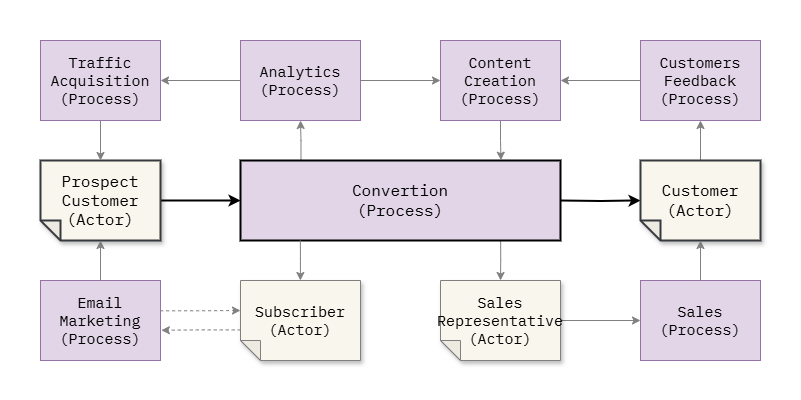
software-architecture-guild/modeling-software-architecture keeps this draw.io diagram as chapter-06/figure-6.9.drawio.png. Above is the earlier version. Source tidied: cells renumbered, new cells last; positions are measured from the earlier drawing's top-left corner, leaving out a move shared by most shapes.
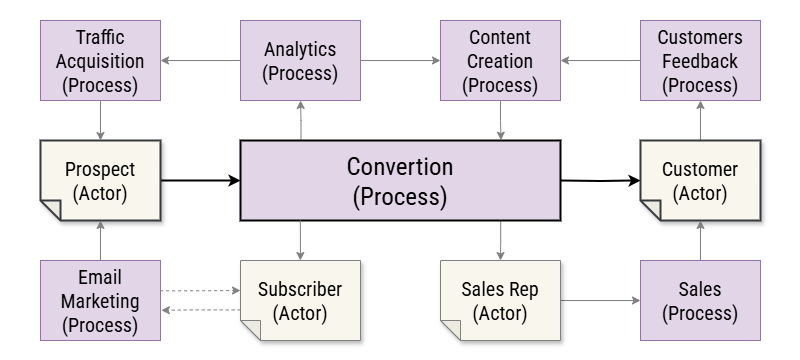
The same file after the commit.

Change to the diagram source:
```diff
@@ -2,44 +2,44 @@
   <root>
     <mxCell id="0" />
     <mxCell id="1" parent="0" />
-    <mxCell id="2" style="rounded=0;whiteSpace=wrap;html=1;strokeColor=none;" parent="1" vertex="1">
-      <mxGeometry width="800" height="400" as="geometry" />
+    <mxCell id="2" style="rounded=0;whiteSpace=wrap;html=1;strokeColor=none;fontFamily=Roboto Condensed;fontSource=https%3A%2F%2Ffonts.googleapis.com%2Fcss%3Ffamily%3DRoboto%2BCondensed;fontSize=20;" parent="1" vertex="1">
+      <mxGeometry y="20" width="800" height="360" as="geometry" />
     </mxCell>
-    <mxCell id="3" style="edgeStyle=orthogonalEdgeStyle;rounded=0;jettySize=auto;html=1;exitX=0;exitY=0.5;exitDx=0;exitDy=0;exitPerimeter=0;strokeWidth=2;" parent="1" edge="1" source="4">
+    <mxCell id="3" style="edgeStyle=orthogonalEdgeStyle;rounded=0;jettySize=auto;html=1;exitX=0;exitY=0.5;exitDx=0;exitDy=0;exitPerimeter=0;strokeWidth=2;fontFamily=Roboto Condensed;fontSource=https%3A%2F%2Ffonts.googleapis.com%2Fcss%3Ffamily%3DRoboto%2BCondensed;fontSize=20;" parent="1" edge="1" source="4">
       <mxGeometry relative="1" as="geometry">
         <mxPoint x="240" y="200" as="targetPoint" />
       </mxGeometry>
     </mxCell>
-    <mxCell id="4" value="Prospect&lt;br&gt;Customer&lt;br&gt;(Actor)" style="shape=note;whiteSpace=wrap;html=1;backgroundOutline=1;darkOpacity=0.05;fillColor=#f9f7ed;strokeColor=#36393d;fillStyle=solid;direction=west;gradientDirection=north;shadow=1;size=20;fontFamily=IBM Plex Mono;fontSource=https%3A%2F%2Ffonts.googleapis.com%2Fcss%3Ffamily%3DIBM%2BPlex%2BMono;strokeWidth=2;fontSize=16;" parent="1" vertex="1">
+    <mxCell id="4" value="Prospect&lt;br&gt;(Actor)" style="shape=note;whiteSpace=wrap;html=1;backgroundOutline=1;darkOpacity=0.05;fillColor=#f9f7ed;strokeColor=#36393d;fillStyle=solid;direction=west;gradientDirection=north;shadow=1;size=20;fontFamily=Roboto Condensed;fontSource=https%3A%2F%2Ffonts.googleapis.com%2Fcss%3Ffamily%3DRoboto%2BCondensed;strokeWidth=2;fontSize=20;" parent="1" vertex="1">
       <mxGeometry x="40" y="160" width="120" height="80" as="geometry" />
     </mxCell>
-    <mxCell id="5" style="edgeStyle=orthogonalEdgeStyle;rounded=0;jettySize=auto;html=1;exitX=0;exitY=0.5;exitDx=0;exitDy=0;exitPerimeter=0;strokeWidth=2;" parent="1" edge="1" target="7">
+    <mxCell id="5" style="edgeStyle=orthogonalEdgeStyle;rounded=0;jettySize=auto;html=1;exitX=0;exitY=0.5;exitDx=0;exitDy=0;exitPerimeter=0;strokeWidth=2;fontFamily=Roboto Condensed;fontSource=https%3A%2F%2Ffonts.googleapis.com%2Fcss%3Ffamily%3DRoboto%2BCondensed;fontSize=20;" parent="1" edge="1" target="7">
       <mxGeometry relative="1" as="geometry">
         <mxPoint x="560" y="200" as="sourcePoint" />
       </mxGeometry>
     </mxCell>
-    <mxCell id="6" style="edgeStyle=orthogonalEdgeStyle;rounded=0;jettySize=auto;html=1;exitX=0.5;exitY=1;exitDx=0;exitDy=0;exitPerimeter=0;strokeWidth=1;strokeColor=#808080;entryX=0.5;entryY=1;entryDx=0;entryDy=0;" parent="1" edge="1" source="7" target="19">
+    <mxCell id="6" style="edgeStyle=orthogonalEdgeStyle;rounded=0;jettySize=auto;html=1;exitX=0.5;exitY=1;exitDx=0;exitDy=0;exitPerimeter=0;strokeWidth=1;strokeColor=#808080;entryX=0.5;entryY=1;entryDx=0;entryDy=0;fontFamily=Roboto Condensed;fontSource=https%3A%2F%2Ffonts.googleapis.com%2Fcss%3Ffamily%3DRoboto%2BCondensed;fontSize=20;" parent="1" edge="1" source="7" target="19">
       <mxGeometry relative="1" as="geometry" />
     </mxCell>
-    <mxCell id="7" value="Customer&lt;br&gt;(Actor)" style="shape=note;whiteSpace=wrap;html=1;backgroundOutline=1;darkOpacity=0.05;fillColor=#f9f7ed;strokeColor=#36393d;fillStyle=solid;direction=west;gradientDirection=north;shadow=1;size=20;fontFamily=IBM Plex Mono;fontSource=https%3A%2F%2Ffonts.googleapis.com%2Fcss%3Ffamily%3DIBM%2BPlex%2BMono;strokeWidth=2;fontSize=16;" parent="1" vertex="1">
+    <mxCell id="7" value="Customer&lt;br&gt;(Actor)" style="shape=note;whiteSpace=wrap;html=1;backgroundOutline=1;darkOpacity=0.05;fillColor=#f9f7ed;strokeColor=#36393d;fillStyle=solid;direction=west;gradientDirection=north;shadow=1;size=20;fontFamily=Roboto Condensed;fontSource=https%3A%2F%2Ffonts.googleapis.com%2Fcss%3Ffamily%3DRoboto%2BCondensed;strokeWidth=2;fontSize=20;" parent="1" vertex="1">
       <mxGeometry x="640" y="160" width="120" height="80" as="geometry" />
     </mxCell>
-    <mxCell id="8" style="edgeStyle=orthogonalEdgeStyle;rounded=0;jettySize=auto;html=1;exitX=0;exitY=0.5;exitDx=0;exitDy=0;exitPerimeter=0;entryX=0;entryY=0.5;entryDx=0;entryDy=0;strokeColor=#808080;" parent="1" edge="1" source="9" target="20">
+    <mxCell id="8" style="edgeStyle=orthogonalEdgeStyle;rounded=0;jettySize=auto;html=1;exitX=0;exitY=0.5;exitDx=0;exitDy=0;exitPerimeter=0;entryX=0;entryY=0.5;entryDx=0;entryDy=0;strokeColor=#808080;fontFamily=Roboto Condensed;fontSource=https%3A%2F%2Ffonts.googleapis.com%2Fcss%3Ffamily%3DRoboto%2BCondensed;fontSize=20;" parent="1" edge="1" source="9" target="20">
       <mxGeometry relative="1" as="geometry" />
     </mxCell>
-    <mxCell id="9" value="Sales Representative&lt;br&gt;(Actor)" style="shape=note;whiteSpace=wrap;html=1;backgroundOutline=1;darkOpacity=0.05;fillColor=#f9f7ed;strokeColor=#808080;fillStyle=solid;direction=west;gradientDirection=north;shadow=1;size=20;fontFamily=IBM Plex Mono;fontSource=https%3A%2F%2Ffonts.googleapis.com%2Fcss%3Ffamily%3DIBM%2BPlex%2BMono;fontSize=15;" parent="1" vertex="1">
+    <mxCell id="9" value="Sales Rep&lt;br&gt;(Actor)" style="shape=note;whiteSpace=wrap;html=1;backgroundOutline=1;darkOpacity=0.05;fillColor=#f9f7ed;strokeColor=#808080;fillStyle=solid;direction=west;gradientDirection=north;shadow=1;size=20;fontFamily=Roboto Condensed;fontSource=https%3A%2F%2Ffonts.googleapis.com%2Fcss%3Ffamily%3DRoboto%2BCondensed;fontSize=20;" parent="1" vertex="1">
       <mxGeometry x="440" y="280" width="120" height="80" as="geometry" />
     </mxCell>
-    <mxCell id="10" value="Subscriber&lt;br&gt;(Actor)" style="shape=note;whiteSpace=wrap;html=1;backgroundOutline=1;darkOpacity=0.05;fillColor=#f9f7ed;strokeColor=#808080;fillStyle=solid;direction=west;gradientDirection=north;shadow=1;size=20;fontFamily=IBM Plex Mono;fontSource=https%3A%2F%2Ffonts.googleapis.com%2Fcss%3Ffamily%3DIBM%2BPlex%2BMono;fontSize=15;" parent="1" vertex="1">
+    <mxCell id="10" value="Subscriber&lt;br&gt;(Actor)" style="shape=note;whiteSpace=wrap;html=1;backgroundOutline=1;darkOpacity=0.05;fillColor=#f9f7ed;strokeColor=#808080;fillStyle=solid;direction=west;gradientDirection=north;shadow=1;size=20;fontFamily=Roboto Condensed;fontSource=https%3A%2F%2Ffonts.googleapis.com%2Fcss%3Ffamily%3DRoboto%2BCondensed;fontSize=20;" parent="1" vertex="1">
       <mxGeometry x="240" y="280" width="120" height="80" as="geometry" />
     </mxCell>
-    <mxCell id="11" style="edgeStyle=orthogonalEdgeStyle;rounded=0;jettySize=auto;html=1;exitX=0.5;exitY=1;exitDx=0;exitDy=0;strokeWidth=1;strokeColor=#808080;" parent="1" edge="1" source="21" target="4">
+    <mxCell id="11" style="edgeStyle=orthogonalEdgeStyle;rounded=0;jettySize=auto;html=1;exitX=0.5;exitY=1;exitDx=0;exitDy=0;strokeWidth=1;strokeColor=#808080;fontFamily=Roboto Condensed;fontSource=https%3A%2F%2Ffonts.googleapis.com%2Fcss%3Ffamily%3DRoboto%2BCondensed;fontSize=20;" parent="1" edge="1" source="21" target="4">
       <mxGeometry relative="1" as="geometry" />
     </mxCell>
-    <mxCell id="12" style="edgeStyle=orthogonalEdgeStyle;rounded=0;jettySize=auto;html=1;exitX=0.998;exitY=0.382;exitDx=0;exitDy=0;exitPerimeter=0;strokeColor=#808080;dashed=1;entryX=1.007;entryY=0.622;entryDx=0;entryDy=0;entryPerimeter=0;" parent="1" edge="1" source="10" target="14">
+    <mxCell id="12" style="edgeStyle=orthogonalEdgeStyle;rounded=0;jettySize=auto;html=1;exitX=0.998;exitY=0.382;exitDx=0;exitDy=0;exitPerimeter=0;strokeColor=#808080;dashed=1;entryX=1.007;entryY=0.622;entryDx=0;entryDy=0;entryPerimeter=0;fontFamily=Roboto Condensed;fontSource=https%3A%2F%2Ffonts.googleapis.com%2Fcss%3Ffamily%3DRoboto%2BCondensed;fontSize=20;" parent="1" edge="1" source="10" target="14">
       <mxGeometry relative="1" as="geometry" />
     </mxCell>
-    <mxCell id="13" style="edgeStyle=orthogonalEdgeStyle;rounded=0;jettySize=auto;html=1;entryX=0.5;entryY=1;entryDx=0;entryDy=0;entryPerimeter=0;strokeColor=#808080;exitX=0.813;exitY=1.003;exitDx=0;exitDy=0;exitPerimeter=0;" parent="1" edge="1" source="16" target="9">
+    <mxCell id="13" style="edgeStyle=orthogonalEdgeStyle;rounded=0;jettySize=auto;html=1;entryX=0.5;entryY=1;entryDx=0;entryDy=0;entryPerimeter=0;strokeColor=#808080;exitX=0.813;exitY=1.003;exitDx=0;exitDy=0;exitPerimeter=0;fontFamily=Roboto Condensed;fontSource=https%3A%2F%2Ffonts.googleapis.com%2Fcss%3Ffamily%3DRoboto%2BCondensed;fontSize=20;" parent="1" edge="1" source="16" target="9">
       <mxGeometry relative="1" as="geometry">
         <Array as="points">
           <mxPoint x="500" y="260" />
@@ -47,49 +47,49 @@
         </Array>
       </mxGeometry>
     </mxCell>
-    <mxCell id="14" value="&lt;span style=&quot;font-family: &amp;quot;IBM Plex Mono&amp;quot;;&quot;&gt;Email Marketing&lt;/span&gt;&lt;br style=&quot;font-family: &amp;quot;IBM Plex Mono&amp;quot;;&quot;&gt;&lt;span style=&quot;font-family: &amp;quot;IBM Plex Mono&amp;quot;;&quot;&gt;(Process)&lt;/span&gt;" style="rounded=0;whiteSpace=wrap;html=1;strokeColor=#9673a6;fillColor=#e1d5e7;fontSize=15;" parent="1" vertex="1">
+    <mxCell id="14" value="&lt;span&gt;Email Marketing&lt;/span&gt;&lt;br&gt;&lt;span&gt;(Process)&lt;/span&gt;" style="rounded=0;whiteSpace=wrap;html=1;strokeColor=#9673a6;fillColor=#e1d5e7;fontSize=20;fontFamily=Roboto Condensed;fontSource=https%3A%2F%2Ffonts.googleapis.com%2Fcss%3Ffamily%3DRoboto%2BCondensed;" parent="1" vertex="1">
       <mxGeometry x="40" y="280" width="120" height="80" as="geometry" />
     </mxCell>
-    <mxCell id="15" style="edgeStyle=orthogonalEdgeStyle;rounded=0;jettySize=auto;html=1;exitX=0.189;exitY=0.005;exitDx=0;exitDy=0;entryX=0.5;entryY=1;entryDx=0;entryDy=0;strokeColor=#808080;exitPerimeter=0;" parent="1" edge="1" source="16" target="29">
+    <mxCell id="15" style="edgeStyle=orthogonalEdgeStyle;rounded=0;jettySize=auto;html=1;exitX=0.189;exitY=0.005;exitDx=0;exitDy=0;entryX=0.5;entryY=1;entryDx=0;entryDy=0;strokeColor=#808080;exitPerimeter=0;fontFamily=Roboto Condensed;fontSource=https%3A%2F%2Ffonts.googleapis.com%2Fcss%3Ffamily%3DRoboto%2BCondensed;fontSize=20;" parent="1" edge="1" source="16" target="29">
       <mxGeometry relative="1" as="geometry" />
     </mxCell>
-    <mxCell id="16" value="&lt;span style=&quot;font-family: &amp;quot;IBM Plex Mono&amp;quot;;&quot;&gt;Convertion&lt;br&gt;(Process)&lt;/span&gt;" style="rounded=0;whiteSpace=wrap;html=1;strokeColor=#000000;strokeWidth=2;fillColor=#e1d5e7;fontSize=16;" parent="1" vertex="1">
+    <mxCell id="16" value="&lt;span&gt;Convertion&lt;br&gt;(Process)&lt;/span&gt;" style="rounded=0;whiteSpace=wrap;html=1;strokeColor=#000000;strokeWidth=2;fillColor=#e1d5e7;fontSize=25;fontFamily=Roboto Condensed;fontSource=https%3A%2F%2Ffonts.googleapis.com%2Fcss%3Ffamily%3DRoboto%2BCondensed;" parent="1" vertex="1">
       <mxGeometry x="240" y="160" width="320" height="80" as="geometry" />
     </mxCell>
-    <mxCell id="17" style="edgeStyle=orthogonalEdgeStyle;rounded=0;jettySize=auto;html=1;exitX=0.5;exitY=1;exitDx=0;exitDy=0;strokeColor=#808080;strokeWidth=1;entryX=0.814;entryY=-0.004;entryDx=0;entryDy=0;entryPerimeter=0;" parent="1" edge="1" source="18" target="16">
+    <mxCell id="17" style="edgeStyle=orthogonalEdgeStyle;rounded=0;jettySize=auto;html=1;exitX=0.5;exitY=1;exitDx=0;exitDy=0;strokeColor=#808080;strokeWidth=1;entryX=0.814;entryY=-0.004;entryDx=0;entryDy=0;entryPerimeter=0;fontFamily=Roboto Condensed;fontSource=https%3A%2F%2Ffonts.googleapis.com%2Fcss%3Ffamily%3DRoboto%2BCondensed;fontSize=20;" parent="1" edge="1" source="18" target="16">
       <mxGeometry relative="1" as="geometry">
         <Array as="points">
           <mxPoint x="500" y="140" />
         </Array>
       </mxGeometry>
     </mxCell>
-    <mxCell id="18" value="&lt;span style=&quot;font-family: &amp;quot;IBM Plex Mono&amp;quot;;&quot;&gt;Content Creation &lt;br&gt;(Process)&lt;/span&gt;" style="rounded=0;whiteSpace=wrap;html=1;strokeColor=#9673a6;strokeWidth=1;fillColor=#e1d5e7;fontSize=15;" parent="1" vertex="1">
+    <mxCell id="18" value="&lt;span&gt;Content Creation &lt;br&gt;(Process)&lt;/span&gt;" style="rounded=0;whiteSpace=wrap;html=1;strokeColor=#9673a6;strokeWidth=1;fillColor=#e1d5e7;fontSize=20;fontFamily=Roboto Condensed;fontSource=https%3A%2F%2Ffonts.googleapis.com%2Fcss%3Ffamily%3DRoboto%2BCondensed;" parent="1" vertex="1">
       <mxGeometry x="440" y="40" width="120" height="80" as="geometry" />
     </mxCell>
-    <mxCell id="19" value="&lt;span style=&quot;font-family: &amp;quot;IBM Plex Mono&amp;quot;;&quot;&gt;Customers Feedback (Process)&lt;/span&gt;" style="rounded=0;whiteSpace=wrap;html=1;strokeWidth=1;strokeColor=#9673a6;fillColor=#e1d5e7;fontSize=15;" parent="1" vertex="1">
+    <mxCell id="19" value="&lt;span&gt;Customers Feedback (Process)&lt;/span&gt;" style="rounded=0;whiteSpace=wrap;html=1;strokeWidth=1;strokeColor=#9673a6;fillColor=#e1d5e7;fontSize=20;fontFamily=Roboto Condensed;fontSource=https%3A%2F%2Ffonts.googleapis.com%2Fcss%3Ffamily%3DRoboto%2BCondensed;" parent="1" vertex="1">
       <mxGeometry x="640" y="40" width="120" height="80" as="geometry" />
     </mxCell>
-    <mxCell id="20" value="&lt;span style=&quot;font-family: &amp;quot;IBM Plex Mono&amp;quot;;&quot;&gt;Sales&lt;br&gt;(Process)&lt;/span&gt;" style="rounded=0;whiteSpace=wrap;html=1;strokeColor=#9673a6;fillColor=#e1d5e7;fontSize=15;" parent="1" vertex="1">
+    <mxCell id="20" value="&lt;span&gt;Sales&lt;br&gt;(Process)&lt;/span&gt;" style="rounded=0;whiteSpace=wrap;html=1;strokeColor=#9673a6;fillColor=#e1d5e7;fontSize=20;fontFamily=Roboto Condensed;fontSource=https%3A%2F%2Ffonts.googleapis.com%2Fcss%3Ffamily%3DRoboto%2BCondensed;" parent="1" vertex="1">
       <mxGeometry x="640" y="280" width="120" height="80" as="geometry" />
     </mxCell>
-    <mxCell id="21" value="&lt;font face=&quot;IBM Plex Mono&quot;&gt;Traffic Acquisition&lt;/font&gt;&lt;br&gt;&lt;font face=&quot;IBM Plex Mono&quot;&gt;(Process)&lt;/font&gt;" style="rounded=0;whiteSpace=wrap;html=1;strokeWidth=1;strokeColor=#9673a6;fillColor=#e1d5e7;fontSize=15;" parent="1" vertex="1">
+    <mxCell id="21" value="&lt;font&gt;Traffic Acquisition&lt;/font&gt;&lt;br&gt;&lt;font&gt;(Process)&lt;/font&gt;" style="rounded=0;whiteSpace=wrap;html=1;strokeWidth=1;strokeColor=#9673a6;fillColor=#e1d5e7;fontSize=20;fontFamily=Roboto Condensed;fontSource=https%3A%2F%2Ffonts.googleapis.com%2Fcss%3Ffamily%3DRoboto%2BCondensed;" parent="1" vertex="1">
       <mxGeometry x="40" y="40" width="120" height="80" as="geometry" />
     </mxCell>
-    <mxCell id="22" style="edgeStyle=orthogonalEdgeStyle;rounded=0;jettySize=auto;html=1;exitX=0.5;exitY=0;exitDx=0;exitDy=0;entryX=0.5;entryY=0;entryDx=0;entryDy=0;entryPerimeter=0;strokeColor=#808080;" parent="1" edge="1" source="20" target="7">
+    <mxCell id="22" style="edgeStyle=orthogonalEdgeStyle;rounded=0;jettySize=auto;html=1;exitX=0.5;exitY=0;exitDx=0;exitDy=0;entryX=0.5;entryY=0;entryDx=0;entryDy=0;entryPerimeter=0;strokeColor=#808080;fontFamily=Roboto Condensed;fontSource=https%3A%2F%2Ffonts.googleapis.com%2Fcss%3Ffamily%3DRoboto%2BCondensed;fontSize=20;" parent="1" edge="1" source="20" target="7">
       <mxGeometry relative="1" as="geometry" />
     </mxCell>
-    <mxCell id="23" style="edgeStyle=orthogonalEdgeStyle;rounded=0;jettySize=auto;html=1;exitX=0.997;exitY=0.379;exitDx=0;exitDy=0;entryX=0;entryY=0;entryDx=120;entryDy=50;entryPerimeter=0;strokeColor=#808080;dashed=1;exitPerimeter=0;" parent="1" edge="1" source="14" target="10">
+    <mxCell id="23" style="edgeStyle=orthogonalEdgeStyle;rounded=0;jettySize=auto;html=1;exitX=0.997;exitY=0.379;exitDx=0;exitDy=0;entryX=0;entryY=0;entryDx=120;entryDy=50;entryPerimeter=0;strokeColor=#808080;dashed=1;exitPerimeter=0;fontFamily=Roboto Condensed;fontSource=https%3A%2F%2Ffonts.googleapis.com%2Fcss%3Ffamily%3DRoboto%2BCondensed;fontSize=20;" parent="1" edge="1" source="14" target="10">
       <mxGeometry relative="1" as="geometry" />
     </mxCell>
-    <mxCell id="24" style="edgeStyle=orthogonalEdgeStyle;rounded=0;jettySize=auto;html=1;exitX=0;exitY=0.5;exitDx=0;exitDy=0;strokeColor=#808080;" parent="1" edge="1" source="19">
+    <mxCell id="24" style="edgeStyle=orthogonalEdgeStyle;rounded=0;jettySize=auto;html=1;exitX=0;exitY=0.5;exitDx=0;exitDy=0;strokeColor=#808080;fontFamily=Roboto Condensed;fontSource=https%3A%2F%2Ffonts.googleapis.com%2Fcss%3Ffamily%3DRoboto%2BCondensed;fontSize=20;" parent="1" edge="1" source="19">
       <mxGeometry relative="1" as="geometry">
         <mxPoint x="560" y="80" as="targetPoint" />
       </mxGeometry>
     </mxCell>
-    <mxCell id="25" style="edgeStyle=orthogonalEdgeStyle;rounded=0;jettySize=auto;html=1;strokeColor=#808080;entryX=0.5;entryY=0;entryDx=0;entryDy=0;entryPerimeter=0;exitX=0.5;exitY=0;exitDx=0;exitDy=0;" parent="1" edge="1" source="14" target="4">
+    <mxCell id="25" style="edgeStyle=orthogonalEdgeStyle;rounded=0;jettySize=auto;html=1;strokeColor=#808080;entryX=0.5;entryY=0;entryDx=0;entryDy=0;entryPerimeter=0;exitX=0.5;exitY=0;exitDx=0;exitDy=0;fontFamily=Roboto Condensed;fontSource=https%3A%2F%2Ffonts.googleapis.com%2Fcss%3Ffamily%3DRoboto%2BCondensed;fontSize=20;" parent="1" edge="1" source="14" target="4">
       <mxGeometry relative="1" as="geometry" />
     </mxCell>
-    <mxCell id="26" style="edgeStyle=orthogonalEdgeStyle;rounded=0;orthogonalLoop=1;jettySize=auto;html=1;entryX=0.5;entryY=1;entryDx=0;entryDy=0;entryPerimeter=0;strokeColor=#808080;exitX=0.814;exitY=0.996;exitDx=0;exitDy=0;exitPerimeter=0;" parent="1" edge="1">
+    <mxCell id="26" style="edgeStyle=orthogonalEdgeStyle;rounded=0;orthogonalLoop=1;jettySize=auto;html=1;entryX=0.5;entryY=1;entryDx=0;entryDy=0;entryPerimeter=0;strokeColor=#808080;exitX=0.814;exitY=0.996;exitDx=0;exitDy=0;exitPerimeter=0;fontFamily=Roboto Condensed;fontSource=https%3A%2F%2Ffonts.googleapis.com%2Fcss%3Ffamily%3DRoboto%2BCondensed;fontSize=20;" parent="1" edge="1">
       <mxGeometry relative="1" as="geometry">
         <mxPoint x="299.9" y="240" as="sourcePoint" />
         <mxPoint x="299.9" y="280" as="targetPoint" />
@@ -98,13 +98,13 @@
         </Array>
       </mxGeometry>
     </mxCell>
-    <mxCell id="27" style="edgeStyle=orthogonalEdgeStyle;rounded=0;jettySize=auto;html=1;exitX=1;exitY=0.5;exitDx=0;exitDy=0;fontColor=#808080;strokeColor=#808080;" parent="1" edge="1" source="29" target="18">
+    <mxCell id="27" style="edgeStyle=orthogonalEdgeStyle;rounded=0;jettySize=auto;html=1;exitX=1;exitY=0.5;exitDx=0;exitDy=0;fontColor=#808080;strokeColor=#808080;fontFamily=Roboto Condensed;fontSource=https%3A%2F%2Ffonts.googleapis.com%2Fcss%3Ffamily%3DRoboto%2BCondensed;fontSize=20;" parent="1" edge="1" source="29" target="18">
       <mxGeometry relative="1" as="geometry" />
     </mxCell>
-    <mxCell id="28" style="edgeStyle=orthogonalEdgeStyle;rounded=0;jettySize=auto;html=1;exitX=0;exitY=0.5;exitDx=0;exitDy=0;fontColor=#808080;strokeColor=#808080;" parent="1" edge="1" source="29" target="21">
+    <mxCell id="28" style="edgeStyle=orthogonalEdgeStyle;rounded=0;jettySize=auto;html=1;exitX=0;exitY=0.5;exitDx=0;exitDy=0;fontColor=#808080;strokeColor=#808080;fontFamily=Roboto Condensed;fontSource=https%3A%2F%2Ffonts.googleapis.com%2Fcss%3Ffamily%3DRoboto%2BCondensed;fontSize=20;" parent="1" edge="1" source="29" target="21">
       <mxGeometry relative="1" as="geometry" />
     </mxCell>
-    <mxCell id="29" value="&lt;span style=&quot;font-family: &amp;quot;IBM Plex Mono&amp;quot;;&quot;&gt;Analytics (Process)&lt;/span&gt;" style="rounded=0;whiteSpace=wrap;html=1;strokeWidth=1;strokeColor=#9673a6;fillColor=#e1d5e7;fontSize=15;" parent="1" vertex="1">
+    <mxCell id="29" value="&lt;span&gt;Analytics (Process)&lt;/span&gt;" style="rounded=0;whiteSpace=wrap;html=1;strokeWidth=1;strokeColor=#9673a6;fillColor=#e1d5e7;fontSize=20;fontFamily=Roboto Condensed;fontSource=https%3A%2F%2Ffonts.googleapis.com%2Fcss%3Ffamily%3DRoboto%2BCondensed;" parent="1" vertex="1">
       <mxGeometry x="240" y="40" width="120" height="80" as="geometry" />
     </mxCell>
   </root>
```
